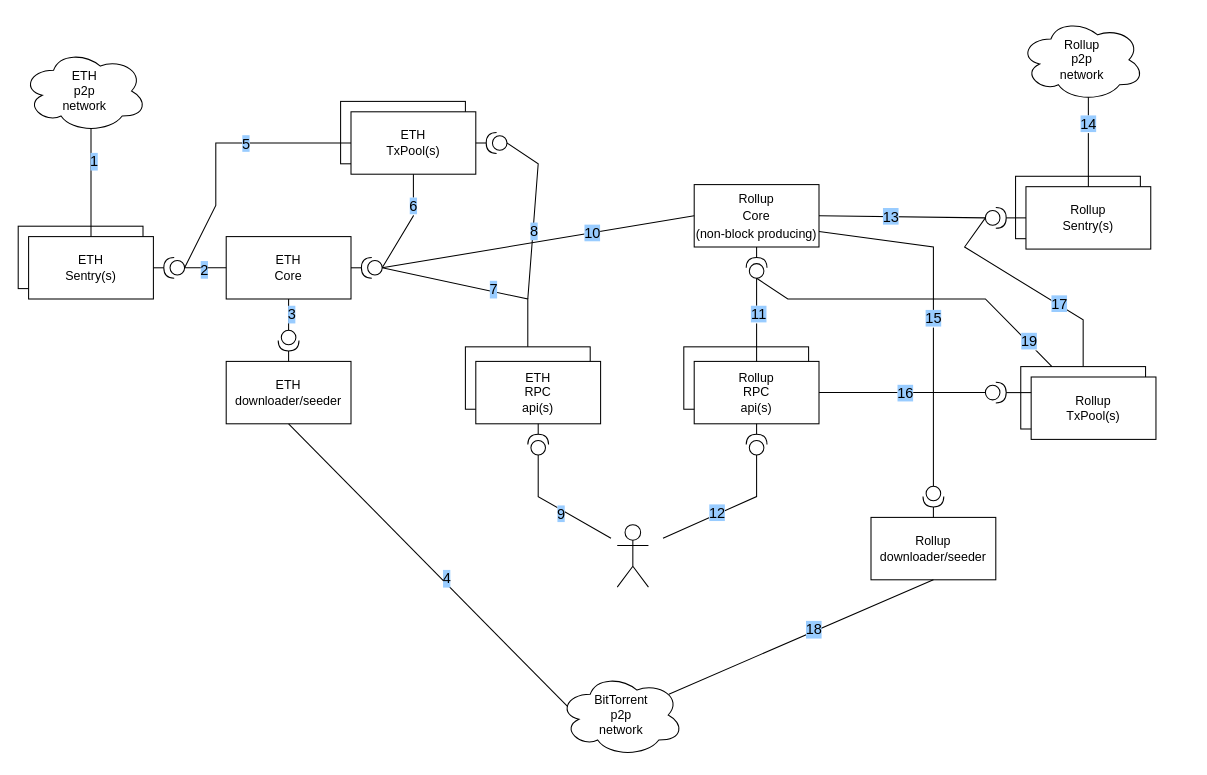
erigontech/erigon-book keeps this draw.io diagram as page "Rollup" (2 of 2) of drawio/architecture.drawio. Above is the earlier version. Source tidied: cells renumbered, new cells numbered last; positions are measured from the earlier drawing's top-left corner, leaving out a move shared by most shapes. Both pictures are drawn from the tidied source at 104%, with x=0, y=0 at pixel (18, 18).
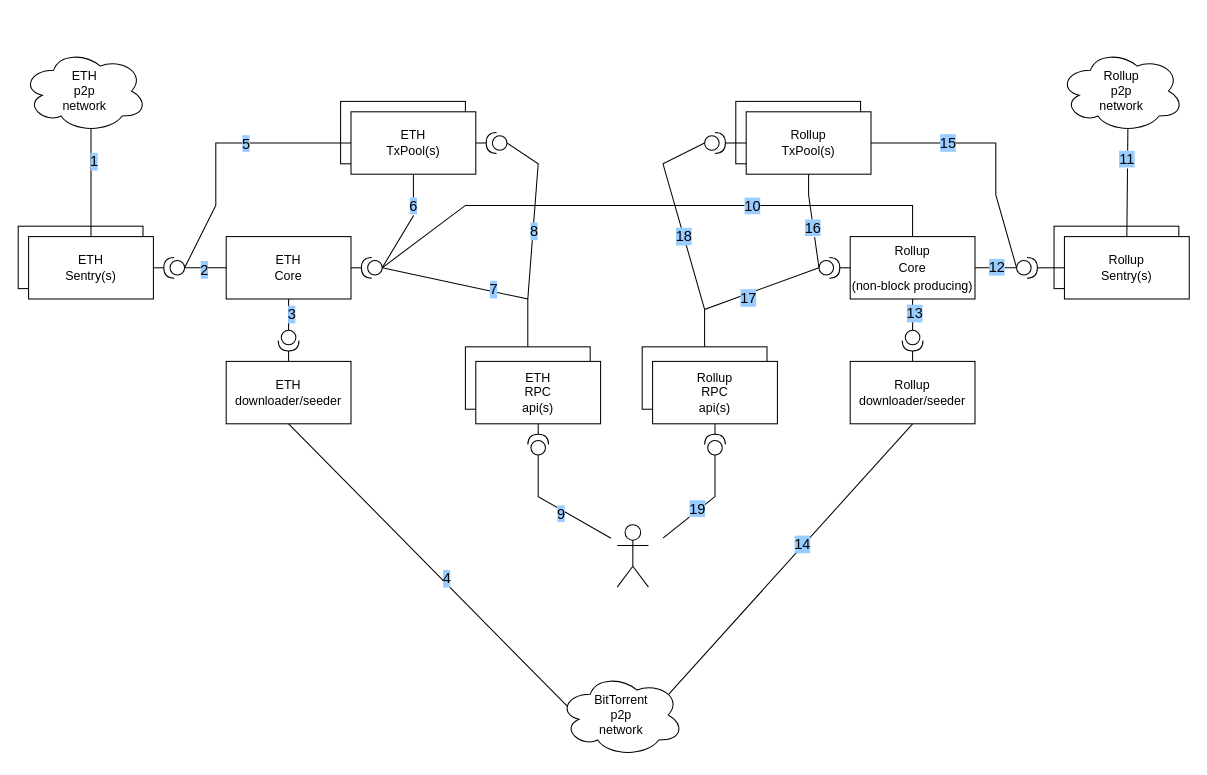
The same page after the edit.

Commit message (it also covers changes not shown here):
Make Rollup picture simmetrical

The change refers to these unchanged cells:
```xml
<mxCell id="26" style="shape=providedRequiredInterface;html=1;verticalLabelPosition=bottom;sketch=0;direction=west;" parent="1" vertex="1">
  <mxGeometry x="330" y="230" width="20" height="20" as="geometry" />
</mxCell>
<mxCell id="36" style="endArrow=none;html=1;rounded=0;fontSize=14;entryX=0.5;entryY=1;entryDx=0;entryDy=0;exitX=0.88;exitY=0.25;exitDx=0;exitDy=0;exitPerimeter=0;" parent="1" edge="1" source="17" target="35">
  <mxGeometry relative="1" as="geometry" />
</mxCell>
<mxCell id="41" style="endArrow=none;html=1;rounded=0;fontSize=14;entryX=0.55;entryY=0.95;entryDx=0;entryDy=0;entryPerimeter=0;exitX=0.5;exitY=0;exitDx=0;exitDy=0;" parent="1" edge="1" source="39" target="40">
  <mxGeometry relative="1" as="geometry" />
</mxCell>
```

Diff of the diagram source:
```diff
@@
     <mxCell id="34" value="&lt;span style=&quot;font-size: 12px&quot;&gt;Rollup&lt;br&gt;Core&lt;br&gt;(non-block producing)&lt;br&gt;&lt;/span&gt;" style="rounded=0;whiteSpace=wrap;html=1;labelBackgroundColor=none;fontSize=14;" parent="1" vertex="1">
-      <mxGeometry x="650" y="160" width="120" height="60" as="geometry" />
+      <mxGeometry x="800" y="210" width="120" height="60" as="geometry" />
     </mxCell>
     <mxCell id="35" value="Rollup&lt;br&gt;downloader/seeder" style="rounded=0;whiteSpace=wrap;html=1;" parent="1" vertex="1">
-      <mxGeometry x="820" y="480" width="120" height="60" as="geometry" />
+      <mxGeometry x="800" y="330" width="120" height="60" as="geometry" />
     </mxCell>
@@
-    <mxCell id="37" value="18" style="edgeLabel;html=1;align=center;verticalAlign=middle;fontSize=14;labelBackgroundColor=#99CCFF;" parent="36" vertex="1">
+    <mxCell id="37" value="14" style="edgeLabel;html=1;align=center;verticalAlign=middle;fontSize=14;labelBackgroundColor=#99CCFF;" parent="36" vertex="1">
       <mxGeometry x="0.1" y="2" relative="1" as="geometry" />
     </mxCell>
     <mxCell id="38" style="rounded=0;whiteSpace=wrap;html=1;" parent="1" vertex="1">
-      <mxGeometry x="959" y="152" width="120" height="60" as="geometry" />
+      <mxGeometry x="996" y="200" width="120" height="60" as="geometry" />
     </mxCell>
     <mxCell id="39" value="Rollup&lt;br&gt;Sentry(s)" style="rounded=0;whiteSpace=wrap;html=1;" parent="1" vertex="1">
-      <mxGeometry x="969" y="162" width="120" height="60" as="geometry" />
+      <mxGeometry x="1006" y="210" width="120" height="60" as="geometry" />
     </mxCell>
     <mxCell id="40" value="Rollup&lt;br&gt;p2p&lt;br&gt;network" style="ellipse;shape=cloud;whiteSpace=wrap;html=1;" parent="1" vertex="1">
-      <mxGeometry x="963" width="120" height="80" as="geometry" />
+      <mxGeometry x="1001" y="30" width="120" height="80" as="geometry" />
     </mxCell>
@@
-    <mxCell id="42" value="&lt;span style=&quot;background-color: rgb(153 , 204 , 255)&quot;&gt;14&lt;/span&gt;" style="edgeLabel;html=1;align=center;verticalAlign=middle;fontSize=14;" parent="41" vertex="1">
+    <mxCell id="42" value="&lt;span style=&quot;background-color: rgb(153 , 204 , 255)&quot;&gt;11&lt;/span&gt;" style="edgeLabel;html=1;align=center;verticalAlign=middle;fontSize=14;" parent="41" vertex="1">
       <mxGeometry x="0.43" y="1" relative="1" as="geometry" />
     </mxCell>
     <mxCell id="43" style="rounded=0;whiteSpace=wrap;html=1;" parent="1" vertex="1">
-      <mxGeometry x="640" y="316" width="120" height="60" as="geometry" />
+      <mxGeometry x="600" y="316" width="120" height="60" as="geometry" />
     </mxCell>
     <mxCell id="44" value="Rollup&lt;br&gt;RPC&lt;br&gt;api(s)" style="rounded=0;whiteSpace=wrap;html=1;" parent="1" vertex="1">
-      <mxGeometry x="650" y="330" width="120" height="60" as="geometry" />
+      <mxGeometry x="610" y="330" width="120" height="60" as="geometry" />
     </mxCell>
@@
     <mxCell id="47" style="shape=providedRequiredInterface;html=1;verticalLabelPosition=bottom;sketch=0;labelBackgroundColor=#99CCFF;fontSize=14;direction=north;" parent="1" vertex="1">
-      <mxGeometry x="700" y="400" width="20" height="20" as="geometry" />
+      <mxGeometry x="660" y="400" width="20" height="20" as="geometry" />
     </mxCell>
@@
     <mxCell id="52" style="endArrow=none;html=1;rounded=0;fontSize=14;entryX=0;entryY=0.5;entryDx=0;entryDy=0;entryPerimeter=0;" parent="1" edge="1" target="47">
       <mxGeometry relative="1" as="geometry">
         <mxPoint x="620" y="500" as="sourcePoint" />
         <Array as="points">
-          <mxPoint x="710" y="460" />
+          <mxPoint x="670" y="460" />
         </Array>
       </mxGeometry>
     </mxCell>
-    <mxCell id="53" value="&lt;span style=&quot;background-color: rgb(153 , 204 , 255)&quot;&gt;12&lt;/span&gt;" style="edgeLabel;html=1;align=center;verticalAlign=middle;fontSize=14;" parent="52" vertex="1">
+    <mxCell id="53" value="&lt;span style=&quot;background-color: rgb(153 , 204 , 255)&quot;&gt;19&lt;/span&gt;" style="edgeLabel;html=1;align=center;verticalAlign=middle;fontSize=14;" parent="52" vertex="1">
       <mxGeometry x="-0.18" y="2" relative="1" as="geometry" />
     </mxCell>
-    <mxCell id="54" style="endArrow=none;html=1;rounded=0;fontSize=14;entryX=0;entryY=0.5;entryDx=0;entryDy=0;exitX=0;exitY=0.5;exitDx=0;exitDy=0;exitPerimeter=0;" parent="1" edge="1" source="26" target="34">
-      <mxGeometry relative="1" as="geometry" />
+    <mxCell id="54" style="endArrow=none;html=1;rounded=0;fontSize=14;entryX=0.5;entryY=0;entryDx=0;entryDy=0;exitX=0;exitY=0.5;exitDx=0;exitDy=0;exitPerimeter=0;" parent="1" edge="1" source="26" target="34">
+      <mxGeometry relative="1" as="geometry">
+        <Array as="points">
+          <mxPoint x="430" y="180" />
+          <mxPoint x="860" y="180" />
+        </Array>
+      </mxGeometry>
     </mxCell>
@@
     <mxCell id="58" style="rounded=0;whiteSpace=wrap;html=1;" parent="1" vertex="1">
-      <mxGeometry x="964" y="335" width="120" height="60" as="geometry" />
+      <mxGeometry x="690" y="80" width="120" height="60" as="geometry" />
     </mxCell>
     <mxCell id="59" value="Rollup&lt;br&gt;TxPool(s)" style="rounded=0;whiteSpace=wrap;html=1;" parent="1" vertex="1">
-      <mxGeometry x="974" y="345" width="120" height="60" as="geometry" />
+      <mxGeometry x="700" y="90" width="120" height="60" as="geometry" />
     </mxCell>
-    <mxCell id="60" style="shape=providedRequiredInterface;html=1;verticalLabelPosition=bottom;sketch=0;labelBackgroundColor=#99CCFF;fontSize=12;direction=north;" parent="1" vertex="1">
-      <mxGeometry x="700" y="230" width="20" height="20" as="geometry" />
-    </mxCell>
-    <mxCell id="61" style="endArrow=none;html=1;rounded=0;fontSize=12;entryX=0.5;entryY=1;entryDx=0;entryDy=0;exitX=1;exitY=0.5;exitDx=0;exitDy=0;exitPerimeter=0;" parent="1" edge="1" source="60" target="34">
-      <mxGeometry relative="1" as="geometry" />
-    </mxCell>
-    <mxCell id="62" style="endArrow=none;html=1;rounded=0;fontSize=12;entryX=0;entryY=0.5;entryDx=0;entryDy=0;entryPerimeter=0;exitX=0.5;exitY=0;exitDx=0;exitDy=0;" parent="1" edge="1" source="44" target="60">
-      <mxGeometry relative="1" as="geometry" />
-    </mxCell>
-    <mxCell id="63" value="&lt;font style=&quot;font-size: 14px ; background-color: rgb(153 , 204 , 255)&quot;&gt;11&lt;/font&gt;" style="edgeLabel;html=1;align=center;verticalAlign=middle;fontSize=12;" parent="62" vertex="1">
-      <mxGeometry x="0.16" y="-1" relative="1" as="geometry" />
-    </mxCell>
     <mxCell id="64" style="shape=providedRequiredInterface;html=1;verticalLabelPosition=bottom;sketch=0;labelBackgroundColor=#99CCFF;fontSize=14;" parent="1" vertex="1">
-      <mxGeometry x="930" y="182" width="20" height="20" as="geometry" />
+      <mxGeometry x="960" y="230" width="20" height="20" as="geometry" />
     </mxCell>
+    <mxCell id="67" style="endArrow=none;html=1;rounded=0;fontSize=14;entryX=0;entryY=0.5;entryDx=0;entryDy=0;exitX=1;exitY=0.5;exitDx=0;exitDy=0;exitPerimeter=0;" parent="1" edge="1" source="64" target="39">
+      <mxGeometry relative="1" as="geometry" />
+    </mxCell>
+    <mxCell id="80" style="endArrow=none;html=1;rounded=0;exitX=0.5;exitY=0;exitDx=0;exitDy=0;entryX=0;entryY=0.5;entryDx=0;entryDy=0;entryPerimeter=0;" parent="1" edge="1" source="43" target="81">
+      <mxGeometry relative="1" as="geometry">
+        <Array as="points">
+          <mxPoint x="660" y="280" />
+        </Array>
+      </mxGeometry>
+    </mxCell>
+    <mxCell id="69" value="17" style="edgeLabel;html=1;align=center;verticalAlign=middle;fontSize=14;labelBackgroundColor=#99CCFF;" parent="80" vertex="1">
+      <mxGeometry x="0.03" y="-3" relative="1" as="geometry" />
+    </mxCell>
+    <mxCell id="81" style="shape=providedRequiredInterface;html=1;verticalLabelPosition=bottom;sketch=0;labelBackgroundColor=#99CCFF;fontSize=14;" parent="1" vertex="1">
+      <mxGeometry x="770" y="230" width="20" height="20" as="geometry" />
+    </mxCell>
+    <mxCell id="82" style="endArrow=none;html=1;rounded=0;exitX=0;exitY=0.5;exitDx=0;exitDy=0;entryX=1;entryY=0.5;entryDx=0;entryDy=0;entryPerimeter=0;" parent="1" edge="1" source="34" target="81">
+      <mxGeometry relative="1" as="geometry" />
+    </mxCell>
+    <mxCell id="83" style="shape=providedRequiredInterface;html=1;verticalLabelPosition=bottom;sketch=0;labelBackgroundColor=#99CCFF;fontSize=14;" parent="1" vertex="1">
+      <mxGeometry x="660" y="110" width="20" height="20" as="geometry" />
+    </mxCell>
+    <mxCell id="84" style="endArrow=none;html=1;rounded=0;exitX=0;exitY=0.5;exitDx=0;exitDy=0;entryX=1;entryY=0.5;entryDx=0;entryDy=0;entryPerimeter=0;" parent="1" edge="1" source="59" target="83">
+      <mxGeometry relative="1" as="geometry" />
+    </mxCell>
+    <mxCell id="85" style="endArrow=none;html=1;rounded=0;entryX=0;entryY=0.5;entryDx=0;entryDy=0;entryPerimeter=0;" parent="1" edge="1" target="83">
+      <mxGeometry relative="1" as="geometry">
+        <mxPoint x="660" y="280" as="sourcePoint" />
+        <Array as="points">
+          <mxPoint x="620" y="140" />
+        </Array>
+      </mxGeometry>
+    </mxCell>
+    <mxCell id="86" value="18" style="edgeLabel;html=1;align=center;verticalAlign=middle;fontSize=14;labelBackgroundColor=#99CCFF;" parent="85" vertex="1">
+      <mxGeometry x="-0.23" relative="1" as="geometry" />
+    </mxCell>
+    <mxCell id="87" style="shape=providedRequiredInterface;html=1;verticalLabelPosition=bottom;sketch=0;direction=south;" parent="1" vertex="1">
+      <mxGeometry x="850" y="300" width="20" height="20" as="geometry" />
+    </mxCell>
+    <mxCell id="88" style="endArrow=none;html=1;rounded=0;exitX=1;exitY=0.5;exitDx=0;exitDy=0;exitPerimeter=0;entryX=0.5;entryY=0;entryDx=0;entryDy=0;" parent="1" edge="1" source="87" target="35">
+      <mxGeometry relative="1" as="geometry" />
+    </mxCell>
+    <mxCell id="89" style="endArrow=none;html=1;rounded=0;exitX=0.5;exitY=1;exitDx=0;exitDy=0;entryX=0;entryY=0.5;entryDx=0;entryDy=0;entryPerimeter=0;" parent="1" edge="1" source="34" target="87">
+      <mxGeometry relative="1" as="geometry" />
+    </mxCell>
+    <mxCell id="66" value="13" style="edgeLabel;html=1;align=center;verticalAlign=middle;fontSize=14;labelBackgroundColor=#99CCFF;" parent="89" vertex="1">
+      <mxGeometry x="-0.13" y="1" relative="1" as="geometry" />
+    </mxCell>
+    <mxCell id="90" style="endArrow=none;html=1;rounded=0;exitX=0;exitY=0.5;exitDx=0;exitDy=0;exitPerimeter=0;entryX=0.5;entryY=1;entryDx=0;entryDy=0;" parent="1" edge="1" source="81" target="59">
+      <mxGeometry relative="1" as="geometry">
+        <Array as="points">
+          <mxPoint x="760" y="170" />
+        </Array>
+      </mxGeometry>
+    </mxCell>
+    <mxCell id="77" value="&lt;span style=&quot;background-color: rgb(153 , 204 , 255)&quot;&gt;16&lt;/span&gt;" style="edgeLabel;html=1;align=center;verticalAlign=middle;fontSize=14;" parent="90" vertex="1">
+      <mxGeometry x="-0.17" y="1" relative="1" as="geometry">
+        <mxPoint y="-1" as="offset" />
+      </mxGeometry>
+    </mxCell>
-    <mxCell id="65" style="endArrow=none;html=1;rounded=0;fontSize=14;entryX=1;entryY=0.5;entryDx=0;entryDy=0;exitX=0;exitY=0.5;exitDx=0;exitDy=0;exitPerimeter=0;" parent="1" edge="1" source="64" target="34">
+    <mxCell id="65" style="endArrow=none;html=1;rounded=0;exitX=0;exitY=0.5;exitDx=0;exitDy=0;exitPerimeter=0;entryX=1;entryY=0.5;entryDx=0;entryDy=0;" parent="1" edge="1" source="64" target="34">
       <mxGeometry relative="1" as="geometry" />
     </mxCell>
-    <mxCell id="66" value="&lt;span style=&quot;background-color: rgb(153 , 204 , 255)&quot;&gt;13&lt;/span&gt;" style="edgeLabel;html=1;align=center;verticalAlign=middle;fontSize=14;" parent="65" vertex="1">
-      <mxGeometry x="0.15" relative="1" as="geometry" />
-    </mxCell>
-    <mxCell id="67" style="endArrow=none;html=1;rounded=0;fontSize=14;entryX=0;entryY=0.5;entryDx=0;entryDy=0;exitX=1;exitY=0.5;exitDx=0;exitDy=0;exitPerimeter=0;" parent="1" edge="1" source="64" target="39">
-      <mxGeometry relative="1" as="geometry" />
-    </mxCell>
-    <mxCell id="68" style="endArrow=none;html=1;rounded=0;fontSize=14;entryX=0.5;entryY=0;entryDx=0;entryDy=0;exitX=0;exitY=0.5;exitDx=0;exitDy=0;exitPerimeter=0;" parent="1" edge="1" source="64" target="58">
-      <mxGeometry relative="1" as="geometry">
-        <Array as="points">
-          <mxPoint x="910" y="220" />
-          <mxPoint x="1024" y="290" />
-        </Array>
-      </mxGeometry>
-    </mxCell>
-    <mxCell id="69" value="&lt;span style=&quot;background-color: rgb(153 , 204 , 255)&quot;&gt;17&lt;/span&gt;" style="edgeLabel;html=1;align=center;verticalAlign=middle;fontSize=14;" parent="68" vertex="1">
-      <mxGeometry x="0.31" y="1" relative="1" as="geometry" />
-    </mxCell>
-    <mxCell id="70" style="shape=providedRequiredInterface;html=1;verticalLabelPosition=bottom;sketch=0;labelBackgroundColor=#99CCFF;fontSize=14;direction=south;" parent="1" vertex="1">
-      <mxGeometry x="870" y="450" width="20" height="20" as="geometry" />
-    </mxCell>
-    <mxCell id="71" style="endArrow=none;html=1;rounded=0;fontSize=14;entryX=1;entryY=0.5;entryDx=0;entryDy=0;entryPerimeter=0;exitX=0.5;exitY=0;exitDx=0;exitDy=0;" parent="1" edge="1" source="35" target="70">
-      <mxGeometry relative="1" as="geometry" />
-    </mxCell>
-    <mxCell id="72" style="endArrow=none;html=1;rounded=0;fontSize=14;exitX=0;exitY=0.5;exitDx=0;exitDy=0;exitPerimeter=0;entryX=1;entryY=0.75;entryDx=0;entryDy=0;" parent="1" edge="1" source="70" target="34">
-      <mxGeometry relative="1" as="geometry">
-        <Array as="points">
-          <mxPoint x="880" y="390" />
-          <mxPoint x="880" y="220" />
-        </Array>
-      </mxGeometry>
-    </mxCell>
+    <mxCell id="91" value="&lt;font style=&quot;font-size: 14px ; background-color: rgb(153 , 204 , 255)&quot;&gt;12&lt;/font&gt;" style="edgeLabel;html=1;align=center;verticalAlign=middle;" parent="65" vertex="1">
+      <mxGeometry y="-1" relative="1" as="geometry" />
+    </mxCell>
+    <mxCell id="92" style="endArrow=none;html=1;rounded=0;exitX=0;exitY=0.5;exitDx=0;exitDy=0;exitPerimeter=0;entryX=1;entryY=0.5;entryDx=0;entryDy=0;" parent="1" edge="1" source="64" target="59">
+      <mxGeometry relative="1" as="geometry">
+        <Array as="points">
+          <mxPoint x="940" y="170" />
+          <mxPoint x="940" y="120" />
+        </Array>
+      </mxGeometry>
+    </mxCell>
-    <mxCell id="73" value="&lt;span style=&quot;background-color: rgb(153 , 204 , 255)&quot;&gt;15&lt;/span&gt;" style="edgeLabel;html=1;align=center;verticalAlign=middle;fontSize=14;" parent="72" vertex="1">
-      <mxGeometry x="-0.05" y="1" relative="1" as="geometry" />
+    <mxCell id="73" value="15" style="edgeLabel;html=1;align=center;verticalAlign=middle;fontSize=14;labelBackgroundColor=#99CCFF;" parent="92" vertex="1">
+      <mxGeometry x="0.39" y="-1" relative="1" as="geometry" />
     </mxCell>
-    <mxCell id="74" style="shape=providedRequiredInterface;html=1;verticalLabelPosition=bottom;sketch=0;labelBackgroundColor=#99CCFF;fontSize=14;" parent="1" vertex="1">
-      <mxGeometry x="930" y="350" width="20" height="20" as="geometry" />
-    </mxCell>
-    <mxCell id="75" style="endArrow=none;html=1;rounded=0;fontSize=14;entryX=0;entryY=0.25;entryDx=0;entryDy=0;exitX=1;exitY=0.5;exitDx=0;exitDy=0;exitPerimeter=0;" parent="1" edge="1" source="74" target="59">
-      <mxGeometry relative="1" as="geometry" />
-    </mxCell>
-    <mxCell id="76" style="endArrow=none;html=1;rounded=0;fontSize=14;entryX=0;entryY=0.5;entryDx=0;entryDy=0;entryPerimeter=0;exitX=1;exitY=0.5;exitDx=0;exitDy=0;" parent="1" edge="1" source="44" target="74">
-      <mxGeometry relative="1" as="geometry">
-        <Array as="points">
-          <mxPoint x="830" y="360" />
-          <mxPoint x="850" y="360" />
-        </Array>
-      </mxGeometry>
-    </mxCell>
-    <mxCell id="77" value="&lt;span style=&quot;background-color: rgb(153 , 204 , 255)&quot;&gt;16&lt;/span&gt;" style="edgeLabel;html=1;align=center;verticalAlign=middle;fontSize=14;" parent="76" vertex="1">
-      <mxGeometry x="0.03" relative="1" as="geometry" />
-    </mxCell>
-    <mxCell id="78" style="endArrow=none;html=1;rounded=0;fontSize=14;fontColor=#000000;strokeColor=default;strokeWidth=1;entryX=0.25;entryY=0;entryDx=0;entryDy=0;" parent="1" edge="1" target="58">
-      <mxGeometry relative="1" as="geometry">
-        <mxPoint x="710" y="250" as="sourcePoint" />
-        <Array as="points">
-          <mxPoint x="740" y="270" />
-          <mxPoint x="930" y="270" />
-        </Array>
-      </mxGeometry>
-    </mxCell>
-    <mxCell id="79" value="&lt;span style=&quot;background-color: rgb(153 , 204 , 255)&quot;&gt;19&lt;/span&gt;" style="edgeLabel;html=1;align=center;verticalAlign=middle;fontSize=14;fontColor=#000000;" parent="78" vertex="1">
-      <mxGeometry x="0.79" y="1" relative="1" as="geometry" />
-    </mxCell>
```
